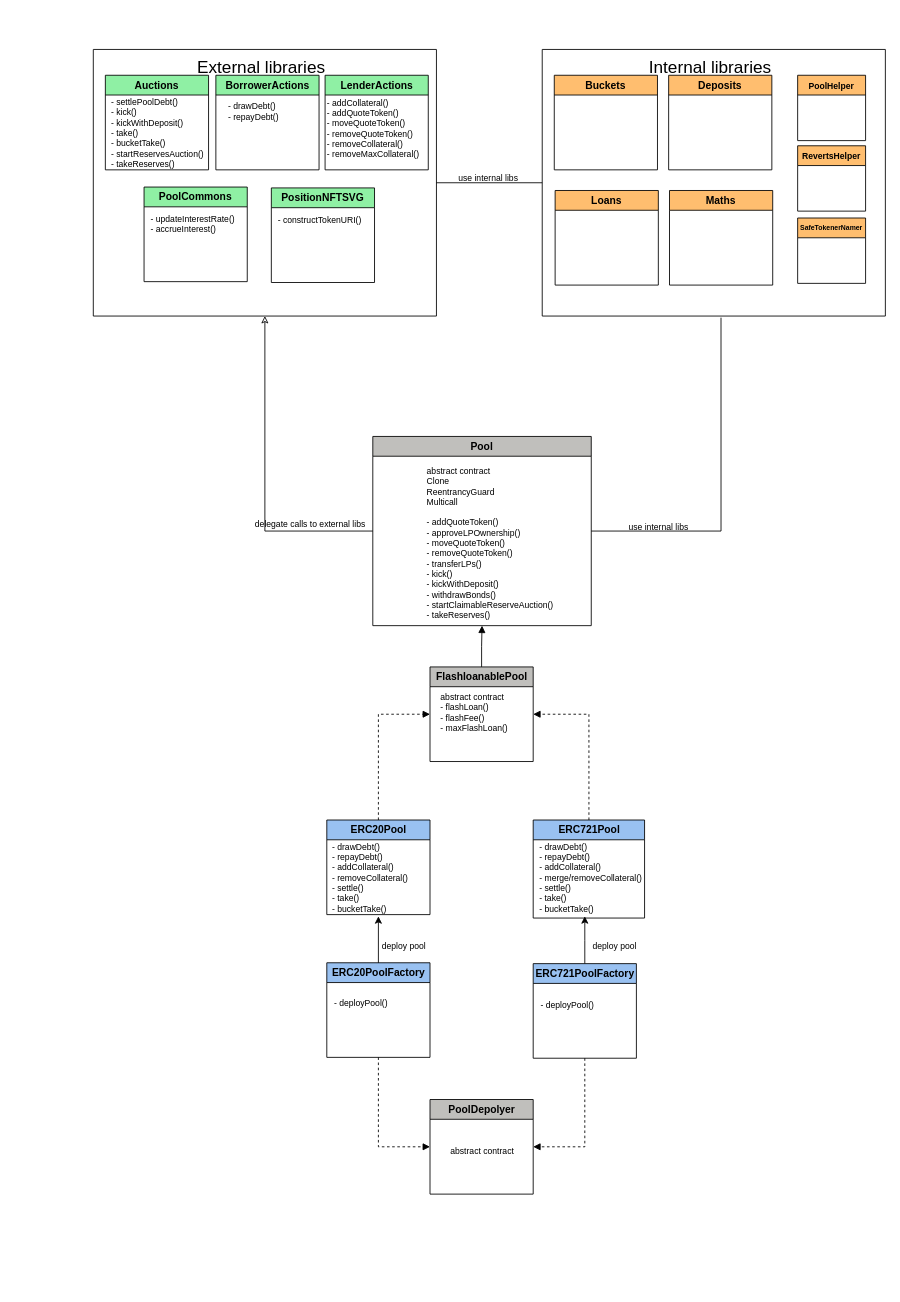
This is docs/drawio/components.drawio from ajna-finance/ajna-core, a draw.io file, before an edit. Source tidied: cells renumbered, new cells numbered last; positions are measured from the earlier drawing's top-left corner, leaving out a move shared by most shapes. Both pictures are drawn from the tidied source at 86%, with x=0, y=0 at pixel (93, 49).
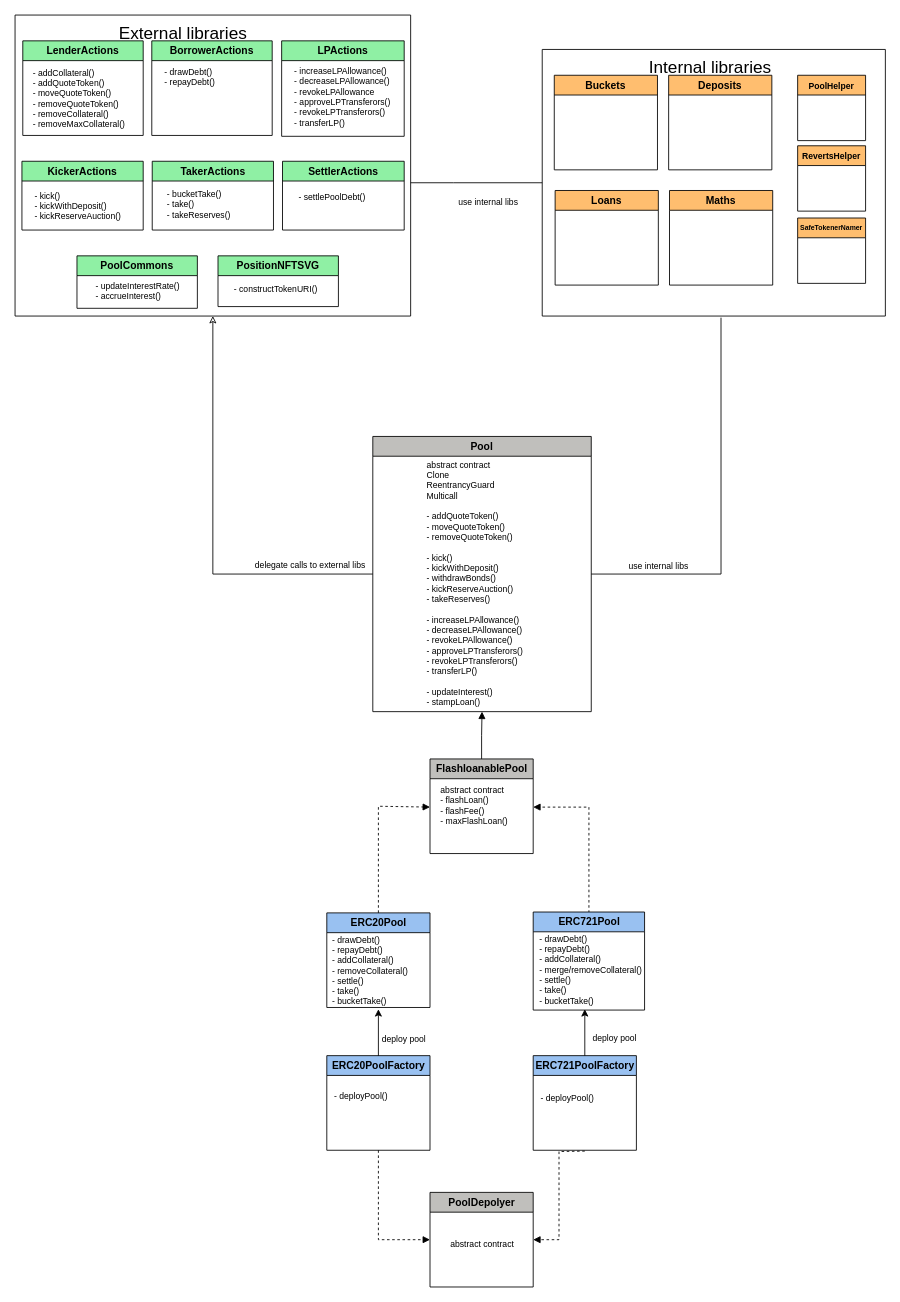
The same page after the edit.

The change refers to these unchanged cells:
```xml
<mxCell id="3" style="swimlane;startSize=0;" parent="1" vertex="1">
  <mxGeometry x="522" width="399" height="310" as="geometry" />
</mxCell>
```

The edit, as a diff of the source:
```diff
@@
-    <mxCell id="2" value="Auctions" style="swimlane;whiteSpace=wrap;html=1;fillColor=#8ff0a4;" parent="1" vertex="1">
-      <mxGeometry x="14" y="30" width="120" height="110" as="geometry" />
-    </mxCell>
@@
     <mxCell id="10" style="edgeStyle=orthogonalEdgeStyle;rounded=0;jettySize=auto;html=1;fontSize=20;endArrow=none;endFill=0;" parent="1" edge="1" source="11" target="3">
-      <mxGeometry relative="1" as="geometry" />
+      <mxGeometry relative="1" as="geometry">
+        <Array as="points">
+          <mxPoint x="419" y="155" />
+          <mxPoint x="419" y="155" />
+        </Array>
+      </mxGeometry>
     </mxCell>
     <mxCell id="11" style="swimlane;startSize=0;" parent="1" vertex="1">
-      <mxGeometry width="399" height="310" as="geometry" />
+      <mxGeometry x="-91" y="-40" width="460" height="350" as="geometry" />
     </mxCell>
@@
+    <mxCell id="15" value="LenderActions" style="swimlane;whiteSpace=wrap;html=1;fillColor=#8ff0a4;" parent="11" vertex="1">
+      <mxGeometry x="9" y="30" width="140" height="110" as="geometry" />
+    </mxCell>
+    <mxCell id="45" value="&lt;div align=&quot;left&quot;&gt;- addCollateral()&lt;/div&gt;&lt;div align=&quot;left&quot;&gt;- addQuoteToken()&lt;/div&gt;&lt;div align=&quot;left&quot;&gt;- moveQuoteToken()&lt;/div&gt;&lt;div align=&quot;left&quot;&gt;- removeQuoteToken()&lt;/div&gt;&lt;div align=&quot;left&quot;&gt;- removeCollateral()&lt;/div&gt;&lt;div align=&quot;left&quot;&gt;- removeMaxCollateral()&lt;br&gt;&lt;/div&gt;" style="text;html=1;align=left;verticalAlign=middle;strokeColor=none;fillColor=none;fontSize=10;" parent="15" vertex="1">
+      <mxGeometry x="10" y="22" width="130" height="90" as="geometry" />
+    </mxCell>
     <mxCell id="13" value="BorrowerActions" style="swimlane;whiteSpace=wrap;html=1;fillColor=#8ff0a4;" parent="11" vertex="1">
-      <mxGeometry x="142.5" y="30" width="120" height="110" as="geometry" />
+      <mxGeometry x="159" y="30" width="140" height="110" as="geometry" />
     </mxCell>
@@
-    <mxCell id="15" value="LenderActions" style="swimlane;whiteSpace=wrap;html=1;fillColor=#8ff0a4;" parent="11" vertex="1">
-      <mxGeometry x="269.5" y="30" width="120" height="110" as="geometry" />
-    </mxCell>
     <mxCell id="16" value="PoolCommons" style="swimlane;whiteSpace=wrap;html=1;fillColor=#8ff0a4;" parent="11" vertex="1">
-      <mxGeometry x="59" y="160" width="120" height="110" as="geometry" />
+      <mxGeometry x="72" y="280" width="140" height="61" as="geometry" />
     </mxCell>
+    <mxCell id="46" value="&lt;div&gt;- updateInterestRate()&lt;/div&gt;&lt;div&gt;- accrueInterest()&lt;br&gt;&lt;/div&gt;" style="text;html=1;align=left;verticalAlign=middle;strokeColor=none;fillColor=none;fontSize=10;" parent="16" vertex="1">
+      <mxGeometry x="20" y="21" width="120" height="40" as="geometry" />
+    </mxCell>
+    <mxCell id="43" value="PositionNFTSVG" style="swimlane;whiteSpace=wrap;html=1;fillColor=#8ff0a4;" parent="11" vertex="1">
+      <mxGeometry x="236" y="280" width="140" height="59" as="geometry" />
+    </mxCell>
+    <mxCell id="2" value="KickerActions" style="swimlane;whiteSpace=wrap;html=1;fillColor=#8ff0a4;" parent="11" vertex="1">
+      <mxGeometry x="8" y="170" width="141" height="80" as="geometry" />
+    </mxCell>
+    <mxCell id="44" value="&lt;div align=&quot;left&quot;&gt;- kick()&lt;/div&gt;&lt;div align=&quot;left&quot;&gt;- kickWithDeposit()&lt;/div&gt;&lt;div align=&quot;left&quot;&gt;- kickReserveAuction()&lt;/div&gt;" style="text;html=1;align=left;verticalAlign=middle;strokeColor=none;fillColor=none;fontSize=10;" parent="2" vertex="1">
+      <mxGeometry x="12.5" y="27" width="120" height="50" as="geometry" />
+    </mxCell>
+    <mxCell id="52" value="LPActions" style="swimlane;whiteSpace=wrap;html=1;fillColor=#8ff0a4;" parent="11" vertex="1">
+      <mxGeometry x="310" y="30" width="142.5" height="111" as="geometry" />
+    </mxCell>
+    <mxCell id="53" value="&lt;div align=&quot;left&quot;&gt;- increaseLPAllowance()&lt;/div&gt;&lt;div align=&quot;left&quot;&gt;- decreaseLPAllowance()&lt;/div&gt;&lt;div align=&quot;left&quot;&gt;- revokeLPAllowance&lt;/div&gt;&lt;div align=&quot;left&quot;&gt;- approveLPTransferors()&lt;/div&gt;&lt;div align=&quot;left&quot;&gt;- revokeLPTransferors()&lt;/div&gt;&lt;div align=&quot;left&quot;&gt;- transferLP()&lt;br&gt;&lt;/div&gt;" style="text;html=1;align=left;verticalAlign=middle;strokeColor=none;fillColor=none;fontSize=10;labelBackgroundColor=none;" parent="52" vertex="1">
+      <mxGeometry x="12.5" y="20" width="130" height="90" as="geometry" />
+    </mxCell>
+    <mxCell id="54" value="SettlerActions" style="swimlane;whiteSpace=wrap;html=1;fillColor=#8ff0a4;" parent="11" vertex="1">
+      <mxGeometry x="311" y="170" width="141.5" height="80" as="geometry" />
+    </mxCell>
+    <mxCell id="55" value="&lt;div align=&quot;left&quot;&gt;- settlePoolDebt()&lt;/div&gt;" style="text;html=1;align=left;verticalAlign=middle;strokeColor=none;fillColor=none;fontSize=10;labelBackgroundColor=none;" parent="54" vertex="1">
+      <mxGeometry x="16.5" y="27" width="100" height="30" as="geometry" />
+    </mxCell>
+    <mxCell id="56" value="TakerActions" style="swimlane;whiteSpace=wrap;html=1;fillColor=#8ff0a4;" parent="11" vertex="1">
+      <mxGeometry x="159.5" y="170" width="141" height="80" as="geometry" />
+    </mxCell>
+    <mxCell id="57" value="&lt;div&gt;- bucketTake()&lt;/div&gt;&lt;div&gt;- take()&lt;/div&gt;&lt;div&gt;- takeReserves()&lt;br&gt;&lt;/div&gt;" style="text;html=1;align=left;verticalAlign=middle;strokeColor=none;fillColor=none;fontSize=10;labelBackgroundColor=none;" parent="56" vertex="1">
+      <mxGeometry x="15.5" y="25" width="100" height="50" as="geometry" />
+    </mxCell>
@@
     <mxCell id="20" value="Pool" style="swimlane;whiteSpace=wrap;html=1;fillColor=#c0bfbc;" parent="1" vertex="1">
-      <mxGeometry x="325" y="450" width="254" height="220" as="geometry" />
+      <mxGeometry x="325" y="450" width="254" height="320" as="geometry" />
     </mxCell>
-    <mxCell id="21" value="&lt;div align=&quot;left&quot;&gt;abstract contract&lt;/div&gt;&lt;div align=&quot;left&quot;&gt;Clone&lt;/div&gt;&lt;div align=&quot;left&quot;&gt;ReentrancyGuard&lt;/div&gt;&lt;div align=&quot;left&quot;&gt;Multicall&lt;/div&gt;&lt;div align=&quot;left&quot;&gt;&lt;br&gt;&lt;/div&gt;&lt;div align=&quot;left&quot;&gt;- addQuoteToken()&lt;/div&gt;&lt;div align=&quot;left&quot;&gt;- approveLPOwnership()&lt;/div&gt;&lt;div align=&quot;left&quot;&gt;- moveQuoteToken()&lt;/div&gt;&lt;div align=&quot;left&quot;&gt;- removeQuoteToken()&lt;/div&gt;&lt;div align=&quot;left&quot;&gt;- transferLPs()&lt;/div&gt;&lt;div align=&quot;left&quot;&gt;- kick()&lt;/div&gt;&lt;div align=&quot;left&quot;&gt;- kickWithDeposit()&lt;/div&gt;&lt;div align=&quot;left&quot;&gt;- withdrawBonds()&lt;/div&gt;&lt;div align=&quot;left&quot;&gt;- startClaimableReserveAuction()&lt;/div&gt;&lt;div align=&quot;left&quot;&gt;- takeReserves()&lt;br&gt;&lt;/div&gt;" style="text;html=1;align=left;verticalAlign=middle;strokeColor=none;fillColor=none;fontSize=10;" parent="20" vertex="1">
-      <mxGeometry x="61" y="29" width="170" height="190" as="geometry" />
+    <mxCell id="21" value="&lt;div align=&quot;left&quot;&gt;abstract contract&lt;/div&gt;&lt;div align=&quot;left&quot;&gt;Clone&lt;/div&gt;&lt;div align=&quot;left&quot;&gt;ReentrancyGuard&lt;/div&gt;&lt;div align=&quot;left&quot;&gt;Multicall&lt;/div&gt;&lt;div align=&quot;left&quot;&gt;&lt;br&gt;&lt;/div&gt;&lt;div align=&quot;left&quot;&gt;- addQuoteToken()&lt;/div&gt;&lt;div align=&quot;left&quot;&gt;- moveQuoteToken()&lt;/div&gt;&lt;div align=&quot;left&quot;&gt;- removeQuoteToken()&lt;/div&gt;&lt;div align=&quot;left&quot;&gt;&lt;br&gt;&lt;/div&gt;&lt;div align=&quot;left&quot;&gt;- kick()&lt;/div&gt;&lt;div align=&quot;left&quot;&gt;- kickWithDeposit()&lt;/div&gt;&lt;div align=&quot;left&quot;&gt;- withdrawBonds()&lt;/div&gt;&lt;div align=&quot;left&quot;&gt;- kickReserveAuction()&lt;/div&gt;&lt;div align=&quot;left&quot;&gt;- takeReserves()&lt;/div&gt;&lt;div align=&quot;left&quot;&gt;&lt;br&gt;&lt;/div&gt;&lt;div align=&quot;left&quot;&gt;- increaseLPAllowance()&lt;/div&gt;&lt;div align=&quot;left&quot;&gt;- decreaseLPAllowance()&lt;/div&gt;&lt;div align=&quot;left&quot;&gt;- revokeLPAllowance()&lt;/div&gt;&lt;div align=&quot;left&quot;&gt;- approveLPTransferors()&lt;/div&gt;&lt;div align=&quot;left&quot;&gt;- revokeLPTransferors()&lt;/div&gt;&lt;div align=&quot;left&quot;&gt;- transferLP()&lt;br&gt;&lt;/div&gt;&lt;div align=&quot;left&quot;&gt;&lt;br&gt;&lt;/div&gt;&lt;div align=&quot;left&quot;&gt;- updateInterest()&lt;/div&gt;&lt;div align=&quot;left&quot;&gt;- stampLoan()&lt;br&gt;&lt;/div&gt;" style="text;html=1;align=left;verticalAlign=middle;strokeColor=none;fillColor=none;fontSize=10;" parent="20" vertex="1">
+      <mxGeometry x="61" y="21" width="130" height="300" as="geometry" />
     </mxCell>
     <mxCell id="22" value="&lt;font style=&quot;font-size: 10px;&quot;&gt;delegate calls to external libs&lt;br&gt;&lt;/font&gt;" style="edgeLabel;html=1;align=center;verticalAlign=middle;fontSize=20;labelBackgroundColor=none;" parent="1" vertex="1">
-      <mxGeometry x="243" y="550" as="geometry">
+      <mxGeometry x="243" y="598" as="geometry">
         <mxPoint x="8" y="-3" as="offset" />
       </mxGeometry>
     </mxCell>
     <mxCell id="23" value="&lt;font style=&quot;font-size: 10px;&quot;&gt;use internal libs&lt;br&gt;&lt;/font&gt;" style="edgeLabel;html=1;align=center;verticalAlign=middle;fontSize=20;labelBackgroundColor=none;" parent="1" vertex="1">
-      <mxGeometry x="656" y="550" as="geometry" />
+      <mxGeometry x="656" y="596" as="geometry" />
     </mxCell>
@@
     <mxCell id="25" value="FlashloanablePool" style="swimlane;whiteSpace=wrap;html=1;fillColor=#c0bfbc;" parent="1" vertex="1">
-      <mxGeometry x="391.5" y="718" width="120" height="110" as="geometry" />
+      <mxGeometry x="391.5" y="825" width="120" height="110" as="geometry" />
     </mxCell>
     <mxCell id="26" value="&lt;div align=&quot;left&quot;&gt;abstract contract&lt;/div&gt;&lt;div align=&quot;left&quot;&gt;- flashLoan()&lt;/div&gt;&lt;div align=&quot;left&quot;&gt;- flashFee()&lt;/div&gt;&lt;div align=&quot;left&quot;&gt;- maxFlashLoan()&lt;br&gt;&lt;/div&gt;&lt;div align=&quot;left&quot;&gt;&lt;br&gt;&lt;/div&gt;" style="text;html=1;align=left;verticalAlign=middle;strokeColor=none;fillColor=none;fontSize=10;" parent="25" vertex="1">
-      <mxGeometry x="10" y="24" width="100" height="70" as="geometry" />
+      <mxGeometry x="10" y="25" width="100" height="70" as="geometry" />
     </mxCell>
-    <mxCell id="27" style="edgeStyle=orthogonalEdgeStyle;rounded=0;jettySize=auto;html=1;entryX=0;entryY=0.5;entryDx=0;entryDy=0;fontSize=10;endArrow=block;endFill=1;dashed=1;exitX=0.5;exitY=0;exitDx=0;exitDy=0;" parent="1" edge="1" source="28" target="25">
-      <mxGeometry relative="1" as="geometry" />
+    <mxCell id="27" style="edgeStyle=orthogonalEdgeStyle;rounded=0;jettySize=auto;html=1;entryX=0;entryY=0.5;entryDx=0;entryDy=0;fontSize=10;endArrow=block;endFill=1;dashed=1;exitX=0.5;exitY=0;exitDx=0;exitDy=0;" parent="1" edge="1" source="28">
+      <mxGeometry relative="1" as="geometry">
+        <mxPoint x="391.5" y="881" as="targetPoint" />
+        <Array as="points">
+          <mxPoint x="332" y="880" />
+        </Array>
+      </mxGeometry>
     </mxCell>
     <mxCell id="28" value="ERC20Pool" style="swimlane;whiteSpace=wrap;html=1;fillColor=#99c1f1;" parent="1" vertex="1">
-      <mxGeometry x="271.5" y="896" width="120" height="110" as="geometry" />
+      <mxGeometry x="271.5" y="1004" width="120" height="110" as="geometry" />
     </mxCell>
-    <mxCell id="29" style="edgeStyle=orthogonalEdgeStyle;rounded=0;jettySize=auto;html=1;entryX=1;entryY=0.5;entryDx=0;entryDy=0;fontSize=10;endArrow=block;endFill=1;dashed=1;" parent="1" edge="1" source="30" target="25">
-      <mxGeometry relative="1" as="geometry" />
+    <mxCell id="29" style="edgeStyle=orthogonalEdgeStyle;rounded=0;orthogonalLoop=1;jettySize=auto;html=1;entryX=1;entryY=0.5;entryDx=0;entryDy=0;fontSize=10;endArrow=block;endFill=1;dashed=1;" parent="1" edge="1">
+      <mxGeometry relative="1" as="geometry">
+        <mxPoint x="576.3" y="1004" as="sourcePoint" />
+        <mxPoint x="511.5" y="881" as="targetPoint" />
+        <Array as="points">
+          <mxPoint x="576" y="881" />
+        </Array>
+      </mxGeometry>
     </mxCell>
     <mxCell id="30" value="ERC721Pool" style="swimlane;whiteSpace=wrap;html=1;fillColor=#99c1f1;" parent="1" vertex="1">
-      <mxGeometry x="511.5" y="896" width="129.5" height="114" as="geometry" />
+      <mxGeometry x="511.5" y="1003" width="129.5" height="114" as="geometry" />
     </mxCell>
@@
     <mxCell id="32" style="edgeStyle=orthogonalEdgeStyle;rounded=0;orthogonalLoop=1;jettySize=auto;html=1;exitX=0.5;exitY=0;exitDx=0;exitDy=0;entryX=0.5;entryY=1;entryDx=0;entryDy=0;fontSize=10;endArrow=classic;endFill=1;" parent="1" edge="1">
       <mxGeometry relative="1" as="geometry">
-        <mxPoint x="331.5" y="1063" as="sourcePoint" />
-        <mxPoint x="331.5" y="1008" as="targetPoint" />
+        <mxPoint x="331.5" y="1171" as="sourcePoint" />
+        <mxPoint x="331.5" y="1116" as="targetPoint" />
       </mxGeometry>
     </mxCell>
     <mxCell id="33" value="ERC20PoolFactory" style="swimlane;whiteSpace=wrap;html=1;fillColor=#99c1f1;" parent="1" vertex="1">
-      <mxGeometry x="271.5" y="1062" width="120" height="110" as="geometry" />
+      <mxGeometry x="271.5" y="1170" width="120" height="110" as="geometry" />
     </mxCell>
-    <mxCell id="34" style="edgeStyle=orthogonalEdgeStyle;rounded=0;jettySize=auto;html=1;exitX=0.5;exitY=1;exitDx=0;exitDy=0;dashed=1;fontSize=10;endArrow=block;endFill=1;entryX=1;entryY=0.5;entryDx=0;entryDy=0;" parent="1" edge="1" source="36" target="37">
-      <mxGeometry relative="1" as="geometry" />
+    <mxCell id="34" style="edgeStyle=orthogonalEdgeStyle;rounded=0;jettySize=auto;html=1;exitX=0.5;exitY=1;exitDx=0;exitDy=0;dashed=1;fontSize=10;endArrow=block;endFill=1;entryX=1;entryY=0.5;entryDx=0;entryDy=0;" parent="1" edge="1" target="37">
+      <mxGeometry relative="1" as="geometry">
+        <mxPoint x="571.5" y="1281" as="sourcePoint" />
+      </mxGeometry>
     </mxCell>
-    <mxCell id="35" style="edgeStyle=orthogonalEdgeStyle;rounded=0;jettySize=auto;html=1;exitX=0.5;exitY=0;exitDx=0;exitDy=0;entryX=0.5;entryY=1;entryDx=0;entryDy=0;fontSize=10;endArrow=classic;endFill=1;" parent="1" edge="1" source="36">
+    <mxCell id="35" style="edgeStyle=orthogonalEdgeStyle;rounded=0;orthogonalLoop=1;jettySize=auto;html=1;exitX=0.5;exitY=0;exitDx=0;exitDy=0;entryX=0.5;entryY=1;entryDx=0;entryDy=0;fontSize=10;endArrow=classic;endFill=1;" parent="1" edge="1">
       <mxGeometry relative="1" as="geometry">
-        <mxPoint x="571.5" y="1008" as="targetPoint" />
+        <mxPoint x="571.5" y="1171" as="sourcePoint" />
+        <mxPoint x="571.5" y="1116" as="targetPoint" />
       </mxGeometry>
     </mxCell>
     <mxCell id="36" value="ERC721PoolFactory" style="swimlane;whiteSpace=wrap;html=1;fillColor=#99c1f1;" parent="1" vertex="1">
-      <mxGeometry x="511.5" y="1063" width="120" height="110" as="geometry" />
+      <mxGeometry x="511.5" y="1170" width="120" height="110" as="geometry" />
     </mxCell>
     <mxCell id="37" value="PoolDepolyer" style="swimlane;whiteSpace=wrap;html=1;fillColor=#c0bfbc;" parent="1" vertex="1">
-      <mxGeometry x="391.5" y="1221" width="120" height="110" as="geometry" />
+      <mxGeometry x="391.5" y="1329" width="120" height="110" as="geometry" />
     </mxCell>
@@
     <mxCell id="39" value="deploy pool" style="text;html=1;align=center;verticalAlign=middle;strokeColor=none;fillColor=none;fontSize=10;" parent="1" vertex="1">
-      <mxGeometry x="326" y="1028" width="70" height="30" as="geometry" />
+      <mxGeometry x="326" y="1136" width="70" height="30" as="geometry" />
     </mxCell>
     <mxCell id="40" value="deploy pool" style="text;html=1;align=center;verticalAlign=middle;strokeColor=none;fillColor=none;fontSize=10;" parent="1" vertex="1">
-      <mxGeometry x="571" y="1028" width="70" height="30" as="geometry" />
+      <mxGeometry x="571" y="1135" width="70" height="30" as="geometry" />
     </mxCell>
@@
-    <mxCell id="43" value="PositionNFTSVG" style="swimlane;whiteSpace=wrap;html=1;fillColor=#8ff0a4;" parent="1" vertex="1">
-      <mxGeometry x="207" y="161" width="120" height="110" as="geometry" />
-    </mxCell>
-    <mxCell id="44" value="&lt;div align=&quot;left&quot;&gt;- settlePoolDebt()&lt;/div&gt;&lt;div align=&quot;left&quot;&gt;- kick()&lt;/div&gt;&lt;div align=&quot;left&quot;&gt;- kickWithDeposit()&lt;/div&gt;&lt;div align=&quot;left&quot;&gt;- take()&lt;/div&gt;&lt;div align=&quot;left&quot;&gt;- bucketTake()&lt;/div&gt;&lt;div align=&quot;left&quot;&gt;- startReservesAuction()&lt;/div&gt;&lt;div align=&quot;left&quot;&gt;- takeReserves()&lt;br&gt;&lt;/div&gt;" style="text;html=1;align=left;verticalAlign=middle;strokeColor=none;fillColor=none;fontSize=10;" parent="1" vertex="1">
-      <mxGeometry x="19" y="47" width="130" height="100" as="geometry" />
-    </mxCell>
-    <mxCell id="45" value="&lt;div align=&quot;left&quot;&gt;- addCollateral()&lt;/div&gt;&lt;div align=&quot;left&quot;&gt;- addQuoteToken()&lt;/div&gt;&lt;div align=&quot;left&quot;&gt;- moveQuoteToken()&lt;/div&gt;&lt;div align=&quot;left&quot;&gt;- removeQuoteToken()&lt;/div&gt;&lt;div align=&quot;left&quot;&gt;- removeCollateral()&lt;/div&gt;&lt;div align=&quot;left&quot;&gt;- removeMaxCollateral()&lt;br&gt;&lt;/div&gt;" style="text;html=1;align=left;verticalAlign=middle;strokeColor=none;fillColor=none;fontSize=10;" parent="1" vertex="1">
-      <mxGeometry x="270" y="47" width="130" height="90" as="geometry" />
-    </mxCell>
-    <mxCell id="46" value="&lt;div&gt;- updateInterestRate()&lt;/div&gt;&lt;div&gt;- accrueInterest()&lt;br&gt;&lt;/div&gt;" style="text;html=1;align=left;verticalAlign=middle;strokeColor=none;fillColor=none;fontSize=10;" parent="1" vertex="1">
-      <mxGeometry x="65" y="183" width="120" height="40" as="geometry" />
-    </mxCell>
     <mxCell id="47" value="- constructTokenURI()" style="text;html=1;align=center;verticalAlign=middle;strokeColor=none;fillColor=none;fontSize=10;" parent="1" vertex="1">
-      <mxGeometry x="203" y="183" width="120" height="30" as="geometry" />
+      <mxGeometry x="152" y="264" width="120" height="30" as="geometry" />
     </mxCell>
     <mxCell id="48" value="- deployPool()" style="text;html=1;align=center;verticalAlign=middle;strokeColor=none;fillColor=none;fontSize=10;" parent="1" vertex="1">
-      <mxGeometry x="266" y="1094" width="90" height="30" as="geometry" />
+      <mxGeometry x="266" y="1202" width="90" height="30" as="geometry" />
     </mxCell>
     <mxCell id="49" value="- deployPool()" style="text;html=1;align=center;verticalAlign=middle;strokeColor=none;fillColor=none;fontSize=10;" parent="1" vertex="1">
-      <mxGeometry x="506" y="1096" width="90" height="30" as="geometry" />
+      <mxGeometry x="506" y="1204" width="90" height="30" as="geometry" />
     </mxCell>
     <mxCell id="50" value="&lt;div align=&quot;left&quot;&gt;- drawDebt()&lt;/div&gt;&lt;div align=&quot;left&quot;&gt;- repayDebt()&lt;/div&gt;&lt;div align=&quot;left&quot;&gt;- addCollateral()&lt;/div&gt;&lt;div align=&quot;left&quot;&gt;- removeCollateral()&lt;/div&gt;&lt;div align=&quot;left&quot;&gt;- settle()&lt;/div&gt;&lt;div align=&quot;left&quot;&gt;- take()&lt;/div&gt;&lt;div align=&quot;left&quot;&gt;- bucketTake()&lt;br&gt;&lt;/div&gt;" style="text;html=1;align=left;verticalAlign=middle;strokeColor=none;fillColor=none;fontSize=10;" parent="1" vertex="1">
-      <mxGeometry x="276" y="913" width="110" height="100" as="geometry" />
+      <mxGeometry x="276" y="1021" width="110" height="100" as="geometry" />
     </mxCell>
     <mxCell id="51" value="&lt;div align=&quot;left&quot;&gt;- drawDebt()&lt;/div&gt;&lt;div align=&quot;left&quot;&gt;- repayDebt()&lt;/div&gt;&lt;div align=&quot;left&quot;&gt;- addCollateral()&lt;/div&gt;&lt;div align=&quot;left&quot;&gt;- merge/removeCollateral()&lt;/div&gt;&lt;div align=&quot;left&quot;&gt;- settle()&lt;/div&gt;&lt;div align=&quot;left&quot;&gt;- take()&lt;/div&gt;&lt;div align=&quot;left&quot;&gt;- bucketTake()&lt;br&gt;&lt;/div&gt;" style="text;html=1;align=left;verticalAlign=middle;strokeColor=none;fillColor=none;fontSize=10;" parent="1" vertex="1">
-      <mxGeometry x="517" y="913" width="140" height="100" as="geometry" />
+      <mxGeometry x="517" y="1020" width="140" height="100" as="geometry" />
     </mxCell>
```
